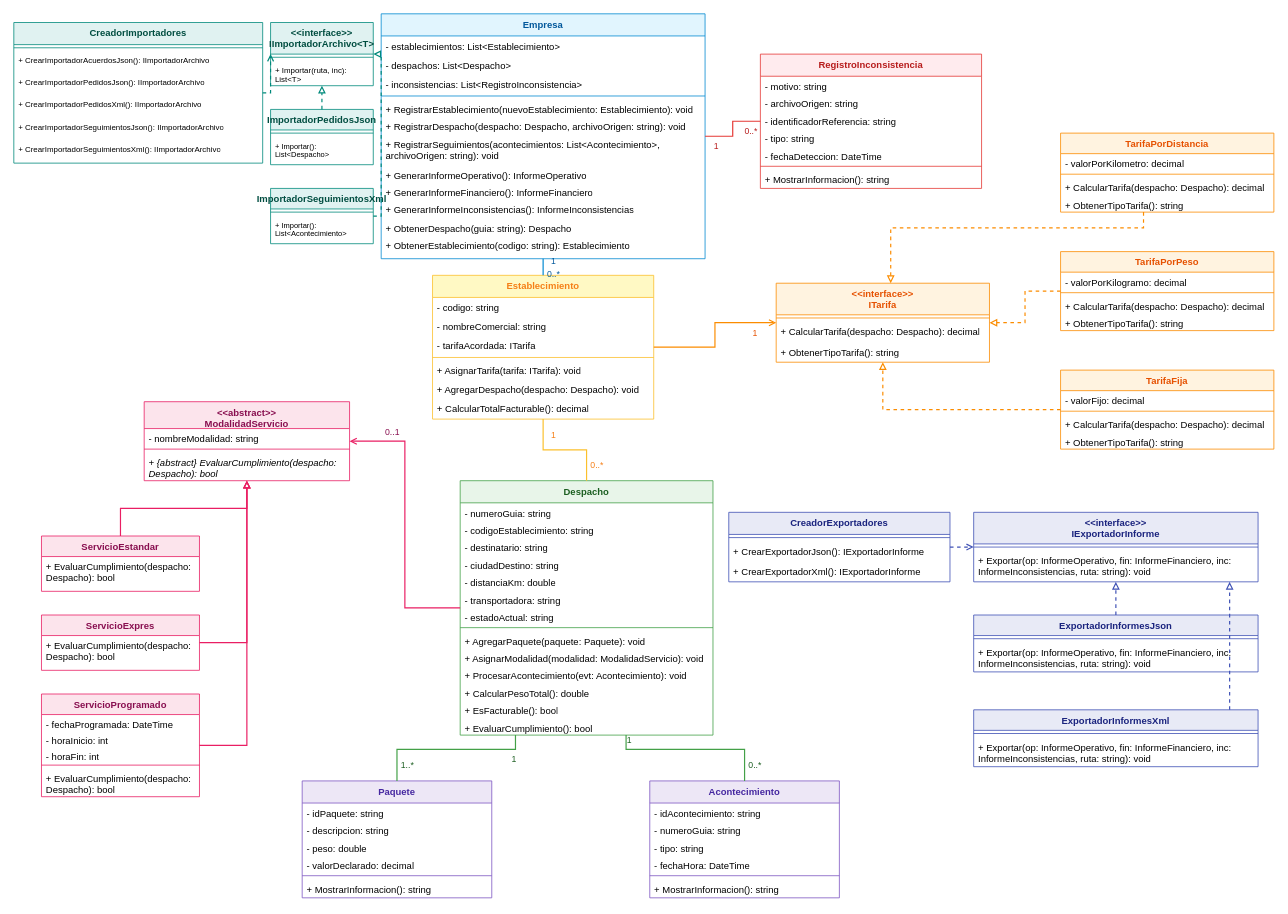
Above: 04_Proyecto_Final/Diagrama_UML_NexoLog.drawio in Manu0908/POO-3C (draw.io), before the change. Source tidied: cells renumbered, new cells numbered last; positions are measured from the earlier drawing's top-left corner, leaving out a move shared by most shapes. Both pictures are drawn from the tidied source at 79%, with x=0, y=0 at pixel (13, 13).
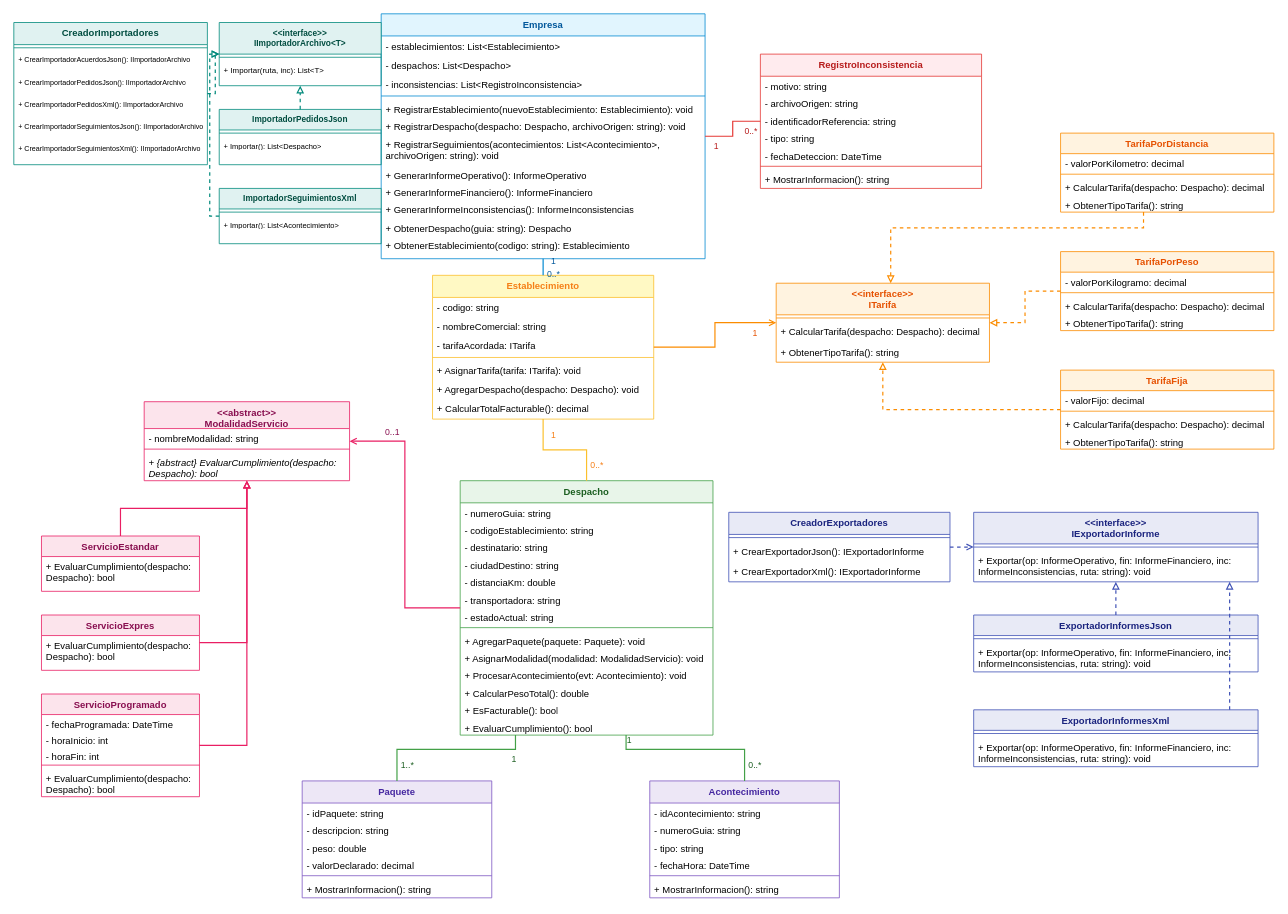
Above is the later version.

Commit message (it also covers changes not shown here):
refactor: corregir desbordamiento uml en ingesta, tarjetas nativas redondeadas y tipografia limpia en pdf

What changed in the source:
```diff
@@
     <mxCell id="118" value="CreadorImportadores" style="swimlane;fontStyle=1;align=center;verticalAlign=top;horizontal=1;startSize=28;whiteSpace=wrap;html=1;fillColor=#E0F2F1;strokeColor=#00897B;fontColor=#004D40;rounded=0;" parent="1" vertex="1">
-      <mxGeometry y="11" width="315" height="178" as="geometry" />
+      <mxGeometry y="11" width="245" height="180" as="geometry" />
     </mxCell>
     <mxCell id="119" style="line;strokeWidth=1;fillColor=none;align=left;verticalAlign=middle;spacingTop=-1;spacingLeft=3;spacingRight=3;strokeColor=#00897B;rounded=0;" parent="118" vertex="1">
-      <mxGeometry y="28" width="315" height="8" as="geometry" />
+      <mxGeometry y="28" width="245" height="8" as="geometry" />
     </mxCell>
-    <mxCell id="120" value="+ CrearImportadorAcuerdosJson(): IImportadorArchivo" style="text;strokeColor=none;fillColor=none;align=left;verticalAlign=top;spacingLeft=4;spacingRight=4;overflow=hidden;whiteSpace=wrap;html=1;fontSize=10;rounded=0;" parent="118" vertex="1">
-      <mxGeometry y="36" width="315" height="28" as="geometry" />
+    <mxCell id="120" value="+ CrearImportadorAcuerdosJson(): IImportadorArchivo" style="text;strokeColor=none;fillColor=none;align=left;verticalAlign=top;spacingLeft=4;spacingRight=4;overflow=hidden;whiteSpace=wrap;html=1;fontSize=9;rounded=0;" parent="118" vertex="1">
+      <mxGeometry y="36" width="245" height="28" as="geometry" />
     </mxCell>
-    <mxCell id="121" value="+ CrearImportadorPedidosJson(): IImportadorArchivo" style="text;strokeColor=none;fillColor=none;align=left;verticalAlign=top;spacingLeft=4;spacingRight=4;overflow=hidden;whiteSpace=wrap;html=1;fontSize=10;rounded=0;" parent="118" vertex="1">
-      <mxGeometry y="64" width="315" height="28" as="geometry" />
+    <mxCell id="121" value="+ CrearImportadorPedidosJson(): IImportadorArchivo" style="text;strokeColor=none;fillColor=none;align=left;verticalAlign=top;spacingLeft=4;spacingRight=4;overflow=hidden;whiteSpace=wrap;html=1;fontSize=9;rounded=0;" parent="118" vertex="1">
+      <mxGeometry y="64" width="245" height="28" as="geometry" />
     </mxCell>
-    <mxCell id="122" value="+ CrearImportadorPedidosXml(): IImportadorArchivo" style="text;strokeColor=none;fillColor=none;align=left;verticalAlign=top;spacingLeft=4;spacingRight=4;overflow=hidden;whiteSpace=wrap;html=1;fontSize=10;rounded=0;" parent="118" vertex="1">
-      <mxGeometry y="92" width="315" height="28" as="geometry" />
+    <mxCell id="122" value="+ CrearImportadorPedidosXml(): IImportadorArchivo" style="text;strokeColor=none;fillColor=none;align=left;verticalAlign=top;spacingLeft=4;spacingRight=4;overflow=hidden;whiteSpace=wrap;html=1;fontSize=9;rounded=0;" parent="118" vertex="1">
+      <mxGeometry y="92" width="245" height="28" as="geometry" />
     </mxCell>
-    <mxCell id="123" value="+ CrearImportadorSeguimientosJson(): IImportadorArchivo" style="text;strokeColor=none;fillColor=none;align=left;verticalAlign=top;spacingLeft=4;spacingRight=4;overflow=hidden;whiteSpace=wrap;html=1;fontSize=10;rounded=0;" parent="118" vertex="1">
-      <mxGeometry y="120" width="315" height="28" as="geometry" />
+    <mxCell id="123" value="+ CrearImportadorSeguimientosJson(): IImportadorArchivo" style="text;strokeColor=none;fillColor=none;align=left;verticalAlign=top;spacingLeft=4;spacingRight=4;overflow=hidden;whiteSpace=wrap;html=1;fontSize=9;rounded=0;" parent="118" vertex="1">
+      <mxGeometry y="120" width="245" height="28" as="geometry" />
     </mxCell>
-    <mxCell id="124" value="+ CrearImportadorSeguimientosXml(): IImportadorArchivo" style="text;strokeColor=none;fillColor=none;align=left;verticalAlign=top;spacingLeft=4;spacingRight=4;overflow=hidden;whiteSpace=wrap;html=1;fontSize=10;rounded=0;" parent="118" vertex="1">
-      <mxGeometry y="148" width="315" height="28" as="geometry" />
+    <mxCell id="124" value="+ CrearImportadorSeguimientosXml(): IImportadorArchivo" style="text;strokeColor=none;fillColor=none;align=left;verticalAlign=top;spacingLeft=4;spacingRight=4;overflow=hidden;whiteSpace=wrap;html=1;fontSize=9;rounded=0;" parent="118" vertex="1">
+      <mxGeometry y="148" width="245" height="28" as="geometry" />
     </mxCell>
-    <mxCell id="125" value="&amp;lt;&amp;lt;interface&amp;gt;&amp;gt;&lt;div&gt;IImportadorArchivo&amp;lt;T&amp;gt;&lt;/div&gt;" style="swimlane;fontStyle=1;align=center;verticalAlign=top;horizontal=1;startSize=40;whiteSpace=wrap;html=1;fillColor=#E0F2F1;strokeColor=#00897B;fontColor=#004D40;rounded=0;" parent="1" vertex="1">
-      <mxGeometry x="325" y="11" width="130" height="80" as="geometry" />
+    <mxCell id="125" value="&amp;lt;&amp;lt;interface&amp;gt;&amp;gt;&lt;div&gt;IImportadorArchivo&amp;lt;T&amp;gt;&lt;/div&gt;" style="swimlane;fontStyle=1;align=center;verticalAlign=top;horizontal=1;startSize=40;whiteSpace=wrap;html=1;fillColor=#E0F2F1;strokeColor=#00897B;fontColor=#004D40;rounded=0;fontSize=10.5;" parent="1" vertex="1">
+      <mxGeometry x="260" y="11" width="205" height="80" as="geometry" />
     </mxCell>
     <mxCell id="126" style="line;strokeWidth=1;fillColor=none;align=left;verticalAlign=middle;spacingTop=-1;spacingLeft=3;spacingRight=3;strokeColor=#00897B;rounded=0;" parent="125" vertex="1">
-      <mxGeometry y="40" width="130" height="8" as="geometry" />
+      <mxGeometry y="40" width="205" height="8" as="geometry" />
     </mxCell>
     <mxCell id="127" value="+ Importar(ruta, inc): List&amp;lt;T&amp;gt;" style="text;strokeColor=none;fillColor=none;align=left;verticalAlign=top;spacingLeft=4;spacingRight=4;overflow=hidden;whiteSpace=wrap;html=1;fontSize=10;rounded=0;" parent="125" vertex="1">
-      <mxGeometry y="48" width="130" height="32" as="geometry" />
+      <mxGeometry y="48" width="205" height="32" as="geometry" />
     </mxCell>
-    <mxCell id="128" value="ImportadorPedidosJson" style="swimlane;fontStyle=1;align=center;verticalAlign=top;horizontal=1;startSize=26;whiteSpace=wrap;html=1;fillColor=#E0F2F1;strokeColor=#00897B;fontColor=#004D40;rounded=0;" parent="1" vertex="1">
-      <mxGeometry x="325" y="121" width="130" height="70" as="geometry" />
+    <mxCell id="128" value="ImportadorPedidosJson" style="swimlane;fontStyle=1;align=center;verticalAlign=top;horizontal=1;startSize=26;whiteSpace=wrap;html=1;fillColor=#E0F2F1;strokeColor=#00897B;fontColor=#004D40;rounded=0;fontSize=10.5;" parent="1" vertex="1">
+      <mxGeometry x="260" y="121" width="205" height="70" as="geometry" />
     </mxCell>
     <mxCell id="129" style="line;strokeWidth=1;fillColor=none;align=left;verticalAlign=middle;spacingTop=-1;spacingLeft=3;spacingRight=3;strokeColor=#00897B;rounded=0;" parent="128" vertex="1">
-      <mxGeometry y="26" width="130" height="8" as="geometry" />
+      <mxGeometry y="26" width="205" height="8" as="geometry" />
     </mxCell>
     <mxCell id="130" value="+ Importar(): List&amp;lt;Despacho&amp;gt;" style="text;strokeColor=none;fillColor=none;align=left;verticalAlign=top;spacingLeft=4;spacingRight=4;overflow=hidden;whiteSpace=wrap;html=1;fontSize=9.5;rounded=0;" parent="128" vertex="1">
-      <mxGeometry y="34" width="130" height="36" as="geometry" />
+      <mxGeometry y="34" width="205" height="36" as="geometry" />
     </mxCell>
-    <mxCell id="131" value="ImportadorSeguimientosXml" style="swimlane;fontStyle=1;align=center;verticalAlign=top;horizontal=1;startSize=26;whiteSpace=wrap;html=1;fillColor=#E0F2F1;strokeColor=#00897B;fontColor=#004D40;rounded=0;" parent="1" vertex="1">
-      <mxGeometry x="325" y="221" width="130" height="70" as="geometry" />
+    <mxCell id="131" value="ImportadorSeguimientosXml" style="swimlane;fontStyle=1;align=center;verticalAlign=top;horizontal=1;startSize=26;whiteSpace=wrap;html=1;fillColor=#E0F2F1;strokeColor=#00897B;fontColor=#004D40;rounded=0;fontSize=10.5;" parent="1" vertex="1">
+      <mxGeometry x="260" y="221" width="205" height="70" as="geometry" />
     </mxCell>
     <mxCell id="132" style="line;strokeWidth=1;fillColor=none;align=left;verticalAlign=middle;spacingTop=-1;spacingLeft=3;spacingRight=3;strokeColor=#00897B;rounded=0;" parent="131" vertex="1">
-      <mxGeometry y="26" width="130" height="8" as="geometry" />
+      <mxGeometry y="26" width="205" height="8" as="geometry" />
     </mxCell>
     <mxCell id="133" value="+ Importar(): List&amp;lt;Acontecimiento&amp;gt;" style="text;strokeColor=none;fillColor=none;align=left;verticalAlign=top;spacingLeft=4;spacingRight=4;overflow=hidden;whiteSpace=wrap;html=1;fontSize=9.5;rounded=0;" parent="131" vertex="1">
-      <mxGeometry y="34" width="130" height="36" as="geometry" />
+      <mxGeometry y="34" width="205" height="36" as="geometry" />
     </mxCell>
@@
-    <mxCell id="136" style="edgeStyle=orthogonalEdgeStyle;rounded=0;html=1;dashed=1;endArrow=block;endFill=0;strokeColor=#00897B;strokeWidth=1.5;exitX=1;exitY=0.5;exitDx=0;exitDy=0;" parent="1" edge="1" source="131" target="125">
+    <mxCell id="136" style="edgeStyle=orthogonalEdgeStyle;rounded=0;html=1;dashed=1;endArrow=block;endFill=0;strokeColor=#00897B;strokeWidth=1.5;exitX=0;exitY=0.5;exitDx=0;exitDy=0;entryX=0;entryY=0.5;entryDx=0;entryDy=0;" parent="1" edge="1" source="131" target="125">
       <mxGeometry relative="1" as="geometry">
         <Array as="points">
-          <mxPoint x="465" y="256" />
-          <mxPoint x="465" y="51" />
+          <mxPoint x="248" y="256" />
+          <mxPoint x="248" y="51" />
         </Array>
       </mxGeometry>
     </mxCell>
```
